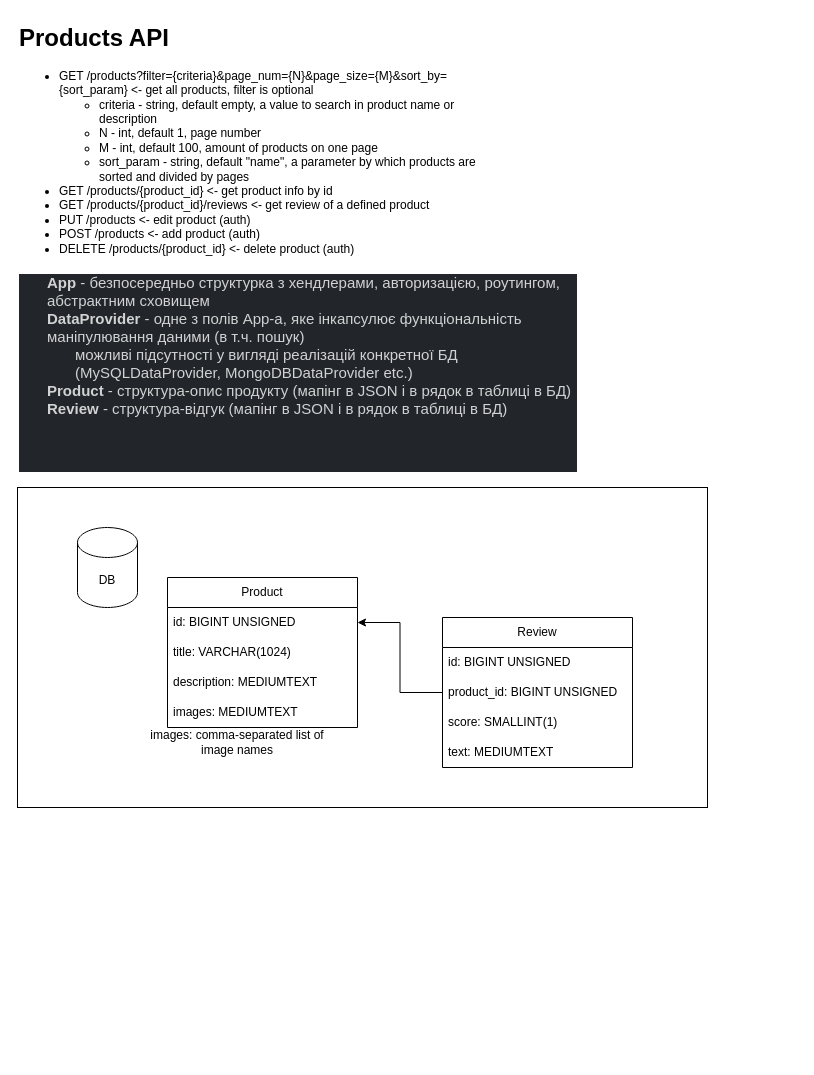
Above: Products API.drawio in ArtemUgrimov/products_api (draw.io), before the change. Source tidied: cells renumbered, new cells numbered last; positions are measured from the earlier drawing's top-left corner, leaving out a move shared by most shapes. Both pictures are drawn from the tidied source at 100%, with x=0, y=0 at pixel (17, 17).
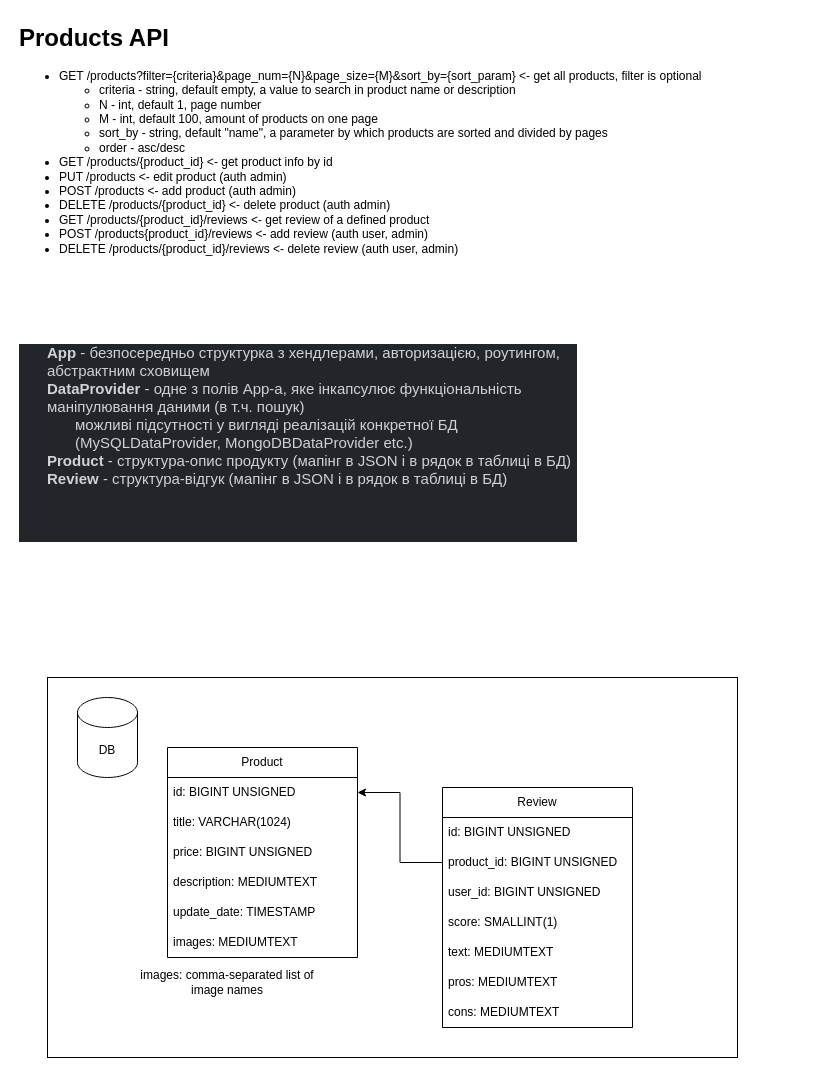
The same page after the edit.

What changed in the source:
```diff
@@
-    <mxCell id="2" value="&lt;h1 style=&quot;margin-top: 0px;&quot;&gt;Products API&lt;br&gt;&lt;/h1&gt;&lt;ul&gt;&lt;li&gt;GET /products?filter={criteria}&amp;amp;page_num={N}&amp;amp;page_size={M}&amp;amp;sort_by={sort_param} &amp;lt;- get all products, filter is optional&lt;/li&gt;&lt;ul&gt;&lt;li&gt;criteria - string, default empty, a value to search in product name or description&lt;/li&gt;&lt;li&gt;N - int, default 1, page number&lt;/li&gt;&lt;li&gt;M - int, default 100, amount of products on one page&lt;/li&gt;&lt;li&gt;sort_param - string, default &quot;name&quot;, a parameter by which products are sorted and divided by pages&lt;br&gt;&lt;/li&gt;&lt;/ul&gt;&lt;li&gt;GET /products/{product_id} &amp;lt;- get product info by id&lt;/li&gt;&lt;li&gt;GET /products/{product_id}/reviews &amp;lt;- get review of a defined product&lt;/li&gt;&lt;li&gt;PUT /products &amp;lt;- edit product (auth)&lt;/li&gt;&lt;li&gt;POST /products &amp;lt;- add product (auth)&lt;br&gt;&lt;/li&gt;&lt;li&gt;DELETE /products/{product_id} &amp;lt;- delete product (auth)&lt;br&gt;&lt;/li&gt;&lt;/ul&gt;" style="text;html=1;whiteSpace=wrap;overflow=hidden;rounded=0;" parent="1" vertex="1">
-      <mxGeometry width="470" height="240" as="geometry" />
+    <mxCell id="2" value="&lt;h1 style=&quot;margin-top: 0px;&quot;&gt;Products API&lt;br&gt;&lt;/h1&gt;&lt;ul&gt;&lt;li&gt;GET /products?filter={criteria}&amp;amp;page_num={N}&amp;amp;page_size={M}&amp;amp;sort_by={sort_param} &amp;lt;- get all products, filter is optional&lt;/li&gt;&lt;ul&gt;&lt;li&gt;criteria - string, default empty, a value to search in product name or description&lt;/li&gt;&lt;li&gt;N - int, default 1, page number&lt;/li&gt;&lt;li&gt;M - int, default 100, amount of products on one page&lt;/li&gt;&lt;li&gt;sort_by - string, default &quot;name&quot;, a parameter by which products are sorted and divided by pages&lt;br&gt;&lt;/li&gt;&lt;li&gt;order - asc/desc&lt;/li&gt;&lt;/ul&gt;&lt;li&gt;GET /products/{product_id} &amp;lt;- get product info by id&lt;/li&gt;&lt;li&gt;&lt;span style=&quot;background-color: initial;&quot;&gt;PUT /products &amp;lt;- edit product (auth admin)&lt;/span&gt;&lt;br&gt;&lt;/li&gt;&lt;li&gt;POST /products &amp;lt;- add product (auth admin)&lt;br&gt;&lt;/li&gt;&lt;li&gt;DELETE /products/{product_id} &amp;lt;- delete product (auth admin)&lt;br&gt;&lt;/li&gt;&lt;li&gt;GET /products/{product_id}/reviews &amp;lt;- get review of a defined product&lt;/li&gt;&lt;li&gt;POST /products{product_id}/reviews&amp;nbsp;&amp;lt;- add review (auth user, admin)&lt;br&gt;&lt;/li&gt;&lt;li&gt;DELETE /products/{product_id}/reviews&amp;nbsp;&amp;lt;- delete review (auth user, admin)&lt;/li&gt;&lt;/ul&gt;" style="text;html=1;whiteSpace=wrap;overflow=hidden;rounded=0;" parent="1" vertex="1">
+      <mxGeometry width="780" height="250" as="geometry" />
     </mxCell>
     <mxCell id="3" value="&lt;ul class=&quot;p-rich_text_list p-rich_text_list__bullet&quot; style=&quot;box-sizing: inherit; margin: 0px; padding: 0px; list-style-type: none; color: rgb(209, 210, 211); font-family: Slack-Lato, Slack-Fractions, appleLogo, sans-serif; font-size: 15px; font-style: normal; font-variant-ligatures: common-ligatures; font-variant-caps: normal; font-weight: 400; letter-spacing: normal; orphans: 2; text-align: left; text-indent: 0px; text-transform: none; widows: 2; word-spacing: 0px; -webkit-text-stroke-width: 0px; white-space: normal; background-color: rgb(34, 37, 41); text-decoration-thickness: initial; text-decoration-style: initial; text-decoration-color: initial;&quot;&gt;&lt;li style=&quot;box-sizing: inherit; margin-bottom: 0px; margin-left: 28px; list-style-type: none;&quot;&gt;&lt;b style=&quot;box-sizing: inherit;&quot;&gt;App&lt;/b&gt;&lt;span&gt;&amp;nbsp;&lt;/span&gt;- безпосередньо структурка з хендлерами, авторизацією, роутингом, абстрактним сховищем&lt;/li&gt;&lt;li style=&quot;box-sizing: inherit; margin-bottom: 0px; margin-left: 28px; list-style-type: none;&quot;&gt;&lt;b style=&quot;box-sizing: inherit;&quot;&gt;DataProvider&lt;/b&gt;&lt;span&gt;&amp;nbsp;&lt;/span&gt;- одне з полів App-a, яке інкапсулює функціональність маніпулювання даними (в т.ч. пошук)&lt;/li&gt;&lt;/ul&gt;&lt;ul class=&quot;p-rich_text_list p-rich_text_list__bullet&quot; style=&quot;box-sizing: inherit; margin: 0px; padding: 0px; list-style-type: none; color: rgb(209, 210, 211); font-family: Slack-Lato, Slack-Fractions, appleLogo, sans-serif; font-size: 15px; font-style: normal; font-variant-ligatures: common-ligatures; font-variant-caps: normal; font-weight: 400; letter-spacing: normal; orphans: 2; text-align: left; text-indent: 0px; text-transform: none; widows: 2; word-spacing: 0px; -webkit-text-stroke-width: 0px; white-space: normal; background-color: rgb(34, 37, 41); text-decoration-thickness: initial; text-decoration-style: initial; text-decoration-color: initial;&quot;&gt;&lt;li style=&quot;box-sizing: inherit; margin-bottom: 0px; margin-left: 56px; list-style-type: none;&quot;&gt;можливі підсутності у вигляді реалізацій конкретної БД (MySQLDataProvider, MongoDBDataProvider etc.)&lt;/li&gt;&lt;/ul&gt;&lt;ul class=&quot;p-rich_text_list p-rich_text_list__bullet&quot; style=&quot;box-sizing: inherit; margin: 0px; padding: 0px; list-style-type: none; color: rgb(209, 210, 211); font-family: Slack-Lato, Slack-Fractions, appleLogo, sans-serif; font-size: 15px; font-style: normal; font-variant-ligatures: common-ligatures; font-variant-caps: normal; font-weight: 400; letter-spacing: normal; orphans: 2; text-align: left; text-indent: 0px; text-transform: none; widows: 2; word-spacing: 0px; -webkit-text-stroke-width: 0px; white-space: normal; background-color: rgb(34, 37, 41); text-decoration-thickness: initial; text-decoration-style: initial; text-decoration-color: initial;&quot;&gt;&lt;li style=&quot;box-sizing: inherit; margin-bottom: 0px; margin-left: 28px; list-style-type: none;&quot;&gt;&lt;b style=&quot;box-sizing: inherit;&quot;&gt;Product&lt;/b&gt;&lt;span&gt;&amp;nbsp;&lt;/span&gt;- структура-опис продукту (мапінг в JSON і в рядок в таблиці в БД)&lt;/li&gt;&lt;li style=&quot;box-sizing: inherit; margin-bottom: 0px; margin-left: 28px; list-style-type: none;&quot;&gt;&lt;b style=&quot;box-sizing: inherit;&quot;&gt;Review&lt;span&gt;&amp;nbsp;&lt;/span&gt;&lt;/b&gt;- структура-відгук (мапінг в JSON і в рядок в таблиці в БД)&lt;/li&gt;&lt;/ul&gt;&lt;div class=&quot;p-rich_text_section&quot; style=&quot;box-sizing: inherit; counter-reset: list-0 0 list-1 0 list-2 0 list-3 0 list-4 0 list-5 0 list-6 0 list-7 0 list-8 0 list-9 0; color: rgb(209, 210, 211); font-family: Slack-Lato, Slack-Fractions, appleLogo, sans-serif; font-size: 15px; font-style: normal; font-variant-ligatures: common-ligatures; font-variant-caps: normal; font-weight: 400; letter-spacing: normal; orphans: 2; text-align: left; text-indent: 0px; text-transform: none; widows: 2; word-spacing: 0px; -webkit-text-stroke-width: 0px; white-space: normal; background-color: rgb(34, 37, 41); text-decoration-thickness: initial; text-decoration-style: initial; text-decoration-color: initial;&quot;&gt;&lt;br class=&quot;Apple-interchange-newline&quot;&gt;&#10;&#10;&lt;/div&gt;" style="text;whiteSpace=wrap;html=1;" parent="1" vertex="1">
-      <mxGeometry y="250" width="560" height="240" as="geometry" />
+      <mxGeometry y="320" width="560" height="240" as="geometry" />
     </mxCell>
     <mxCell id="4" style="rounded=0;whiteSpace=wrap;html=1;fillColor=none;" parent="1" vertex="1">
-      <mxGeometry y="470" width="690" height="320" as="geometry" />
+      <mxGeometry x="30" y="660" width="690" height="380" as="geometry" />
     </mxCell>
     <mxCell id="5" value="DB" style="shape=cylinder3;whiteSpace=wrap;html=1;boundedLbl=1;backgroundOutline=1;size=15;" parent="1" vertex="1">
-      <mxGeometry x="60" y="510" width="60" height="80" as="geometry" />
+      <mxGeometry x="60" y="680" width="60" height="80" as="geometry" />
     </mxCell>
     <mxCell id="6" value="Product" style="swimlane;fontStyle=0;horizontal=1;startSize=30;whiteSpace=wrap;html=1;" parent="1" vertex="1">
-      <mxGeometry x="150" y="560" width="190" height="150" as="geometry" />
+      <mxGeometry x="150" y="730" width="190" height="210" as="geometry" />
     </mxCell>
@@
+    <mxCell id="18" value="price: BIGINT UNSIGNED" style="text;strokeColor=none;fillColor=none;align=left;verticalAlign=middle;spacingLeft=4;spacingRight=4;overflow=hidden;whiteSpace=wrap;html=1;" parent="6" vertex="1">
+      <mxGeometry y="90" width="190" height="30" as="geometry" />
+    </mxCell>
     <mxCell id="9" value="description: MEDIUMTEXT" style="text;strokeColor=none;fillColor=none;align=left;verticalAlign=middle;spacingLeft=4;spacingRight=4;overflow=hidden;whiteSpace=wrap;html=1;" parent="6" vertex="1">
-      <mxGeometry y="90" width="190" height="30" as="geometry" />
+      <mxGeometry y="120" width="190" height="30" as="geometry" />
     </mxCell>
+    <mxCell id="19" value="update_date: TIMESTAMP" style="text;strokeColor=none;fillColor=none;align=left;verticalAlign=middle;spacingLeft=4;spacingRight=4;overflow=hidden;whiteSpace=wrap;html=1;" parent="6" vertex="1">
+      <mxGeometry y="150" width="190" height="30" as="geometry" />
+    </mxCell>
     <mxCell id="10" value="images: MEDIUMTEXT" style="text;strokeColor=none;fillColor=none;align=left;verticalAlign=middle;spacingLeft=4;spacingRight=4;overflow=hidden;whiteSpace=wrap;html=1;" parent="6" vertex="1">
-      <mxGeometry y="120" width="190" height="30" as="geometry" />
+      <mxGeometry y="180" width="190" height="30" as="geometry" />
     </mxCell>
     <mxCell id="11" value="Review" style="swimlane;fontStyle=0;horizontal=1;startSize=30;whiteSpace=wrap;html=1;" parent="1" vertex="1">
-      <mxGeometry x="425" y="600" width="190" height="150" as="geometry" />
+      <mxGeometry x="425" y="770" width="190" height="240" as="geometry" />
     </mxCell>
@@
+    <mxCell id="20" value="user_id: BIGINT UNSIGNED" style="text;strokeColor=none;fillColor=none;align=left;verticalAlign=middle;spacingLeft=4;spacingRight=4;overflow=hidden;whiteSpace=wrap;html=1;" parent="11" vertex="1">
+      <mxGeometry y="90" width="190" height="30" as="geometry" />
+    </mxCell>
     <mxCell id="14" value="score: SMALLINT(1)" style="text;strokeColor=none;fillColor=none;align=left;verticalAlign=middle;spacingLeft=4;spacingRight=4;overflow=hidden;whiteSpace=wrap;html=1;" parent="11" vertex="1">
-      <mxGeometry y="90" width="190" height="30" as="geometry" />
+      <mxGeometry y="120" width="190" height="30" as="geometry" />
     </mxCell>
     <mxCell id="15" value="text: MEDIUMTEXT" style="text;strokeColor=none;fillColor=none;align=left;verticalAlign=middle;spacingLeft=4;spacingRight=4;overflow=hidden;whiteSpace=wrap;html=1;" parent="11" vertex="1">
-      <mxGeometry y="120" width="190" height="30" as="geometry" />
+      <mxGeometry y="150" width="190" height="30" as="geometry" />
     </mxCell>
+    <mxCell id="21" value="pros: MEDIUMTEXT" style="text;strokeColor=none;fillColor=none;align=left;verticalAlign=middle;spacingLeft=4;spacingRight=4;overflow=hidden;whiteSpace=wrap;html=1;" parent="11" vertex="1">
+      <mxGeometry y="180" width="190" height="30" as="geometry" />
+    </mxCell>
+    <mxCell id="22" value="cons: MEDIUMTEXT" style="text;strokeColor=none;fillColor=none;align=left;verticalAlign=middle;spacingLeft=4;spacingRight=4;overflow=hidden;whiteSpace=wrap;html=1;" parent="11" vertex="1">
+      <mxGeometry y="210" width="190" height="30" as="geometry" />
+    </mxCell>
@@
     <mxCell id="17" value="images: comma-separated list of image names" style="text;html=1;align=center;verticalAlign=middle;whiteSpace=wrap;rounded=0;" parent="1" vertex="1">
-      <mxGeometry x="120" y="710" width="200" height="30" as="geometry" />
+      <mxGeometry x="110" y="950" width="200" height="30" as="geometry" />
     </mxCell>
```
